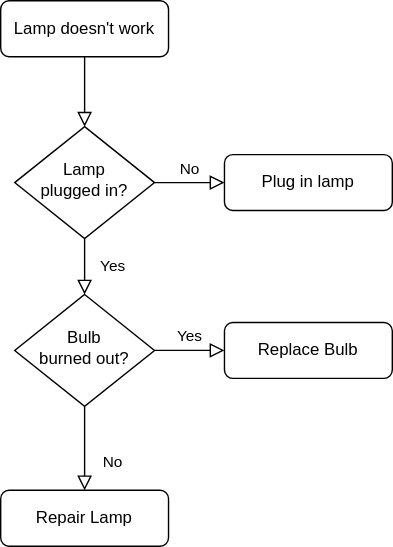
iCavyheavy/Cpp keeps this draw.io diagram as test.drawio.svg. Above is the earlier version. Source tidied: cells renumbered, new cells last; positions are measured from the earlier drawing's top-left corner, leaving out a move shared by most shapes. The source it was exported from:
```xml
<mxGraphModel>
  <root>
    <mxCell id="0" />
    <mxCell id="1" parent="0" />
    <mxCell id="2" style="rounded=0;html=1;jettySize=auto;fontSize=11;endArrow=block;endFill=0;endSize=8;strokeWidth=1;shadow=0;labelBackgroundColor=none;edgeStyle=orthogonalEdgeStyle;" parent="1" edge="1" source="3" target="6">
      <mxGeometry relative="1" as="geometry" />
    </mxCell>
    <mxCell id="3" value="Lamp doesn't work" style="rounded=1;whiteSpace=wrap;html=1;fontSize=12;glass=0;strokeWidth=1;shadow=0;" parent="1" vertex="1">
      <mxGeometry width="120" height="40" as="geometry" />
    </mxCell>
    <mxCell id="4" value="Yes" style="rounded=0;html=1;jettySize=auto;fontSize=11;endArrow=block;endFill=0;endSize=8;strokeWidth=1;shadow=0;labelBackgroundColor=none;edgeStyle=orthogonalEdgeStyle;" parent="1" edge="1" source="6" target="10">
      <mxGeometry y="20" relative="1" as="geometry" />
    </mxCell>
    <mxCell id="5" value="No" style="edgeStyle=orthogonalEdgeStyle;rounded=0;html=1;jettySize=auto;fontSize=11;endArrow=block;endFill=0;endSize=8;strokeWidth=1;shadow=0;labelBackgroundColor=none;" parent="1" edge="1" source="6" target="7">
      <mxGeometry y="10" relative="1" as="geometry" />
    </mxCell>
    <mxCell id="6" value="Lamp&lt;br&gt;plugged in?" style="rhombus;whiteSpace=wrap;html=1;shadow=0;fontFamily=Helvetica;fontSize=12;align=center;strokeWidth=1;spacing=6;spacingTop=-4;" parent="1" vertex="1">
      <mxGeometry x="10" y="90" width="100" height="80" as="geometry" />
    </mxCell>
    <mxCell id="7" value="Plug in lamp" style="rounded=1;whiteSpace=wrap;html=1;fontSize=12;glass=0;strokeWidth=1;shadow=0;" parent="1" vertex="1">
      <mxGeometry x="160" y="110" width="120" height="40" as="geometry" />
    </mxCell>
    <mxCell id="8" value="No" style="rounded=0;html=1;jettySize=auto;fontSize=11;endArrow=block;endFill=0;endSize=8;strokeWidth=1;shadow=0;labelBackgroundColor=none;edgeStyle=orthogonalEdgeStyle;" parent="1" edge="1" source="10" target="11">
      <mxGeometry x="0.33" y="20" relative="1" as="geometry" />
    </mxCell>
    <mxCell id="9" value="Yes" style="edgeStyle=orthogonalEdgeStyle;rounded=0;html=1;jettySize=auto;fontSize=11;endArrow=block;endFill=0;endSize=8;strokeWidth=1;shadow=0;labelBackgroundColor=none;" parent="1" edge="1" source="10" target="12">
      <mxGeometry y="10" relative="1" as="geometry" />
    </mxCell>
    <mxCell id="10" value="Bulb&lt;br&gt;burned out?" style="rhombus;whiteSpace=wrap;html=1;shadow=0;fontFamily=Helvetica;fontSize=12;align=center;strokeWidth=1;spacing=6;spacingTop=-4;" parent="1" vertex="1">
      <mxGeometry x="10" y="210" width="100" height="80" as="geometry" />
    </mxCell>
    <mxCell id="11" value="Repair Lamp" style="rounded=1;whiteSpace=wrap;html=1;fontSize=12;glass=0;strokeWidth=1;shadow=0;" parent="1" vertex="1">
      <mxGeometry y="350" width="120" height="40" as="geometry" />
    </mxCell>
    <mxCell id="12" value="Replace Bulb" style="rounded=1;whiteSpace=wrap;html=1;fontSize=12;glass=0;strokeWidth=1;shadow=0;" parent="1" vertex="1">
      <mxGeometry x="160" y="230" width="120" height="40" as="geometry" />
    </mxCell>
  </root>
</mxGraphModel>
```
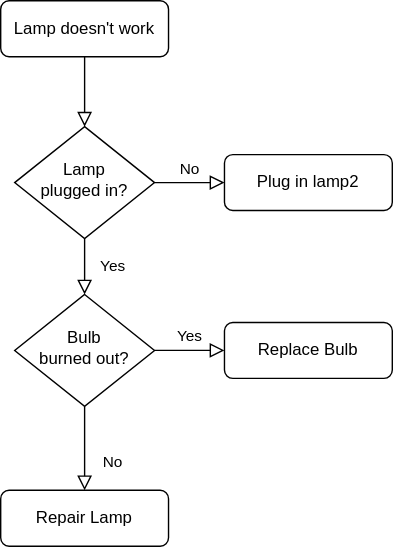
The same diagram one commit later.

Diff of the diagram source:
```diff
@@ -17,7 +17,7 @@
     <mxCell id="6" value="Lamp&lt;br&gt;plugged in?" style="rhombus;whiteSpace=wrap;html=1;shadow=0;fontFamily=Helvetica;fontSize=12;align=center;strokeWidth=1;spacing=6;spacingTop=-4;" parent="1" vertex="1">
       <mxGeometry x="10" y="90" width="100" height="80" as="geometry" />
     </mxCell>
-    <mxCell id="7" value="Plug in lamp" style="rounded=1;whiteSpace=wrap;html=1;fontSize=12;glass=0;strokeWidth=1;shadow=0;" parent="1" vertex="1">
+    <mxCell id="7" value="Plug in lamp2" style="rounded=1;whiteSpace=wrap;html=1;fontSize=12;glass=0;strokeWidth=1;shadow=0;" parent="1" vertex="1">
       <mxGeometry x="160" y="110" width="120" height="40" as="geometry" />
     </mxCell>
     <mxCell id="8" value="No" style="rounded=0;html=1;jettySize=auto;fontSize=11;endArrow=block;endFill=0;endSize=8;strokeWidth=1;shadow=0;labelBackgroundColor=none;edgeStyle=orthogonalEdgeStyle;" parent="1" edge="1" source="10" target="11">
```
